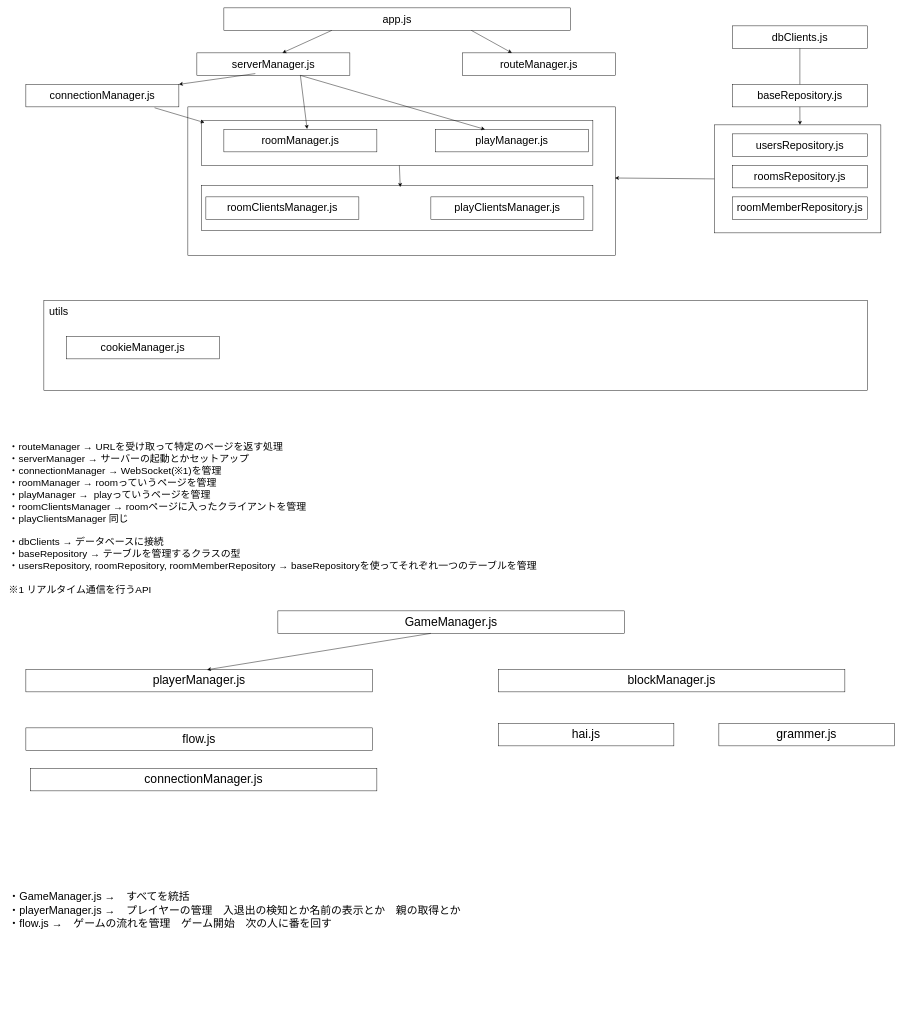
Before: プログラム.drawio in kyougi-kai/Mahjongrammer, a draw.io diagram. Source tidied: cells renumbered, new cells numbered last; positions are measured from the earlier drawing's top-left corner, leaving out a move shared by most shapes. Both pictures are drawn from the tidied source at 45%, with x=0, y=0 at pixel (8, 8).
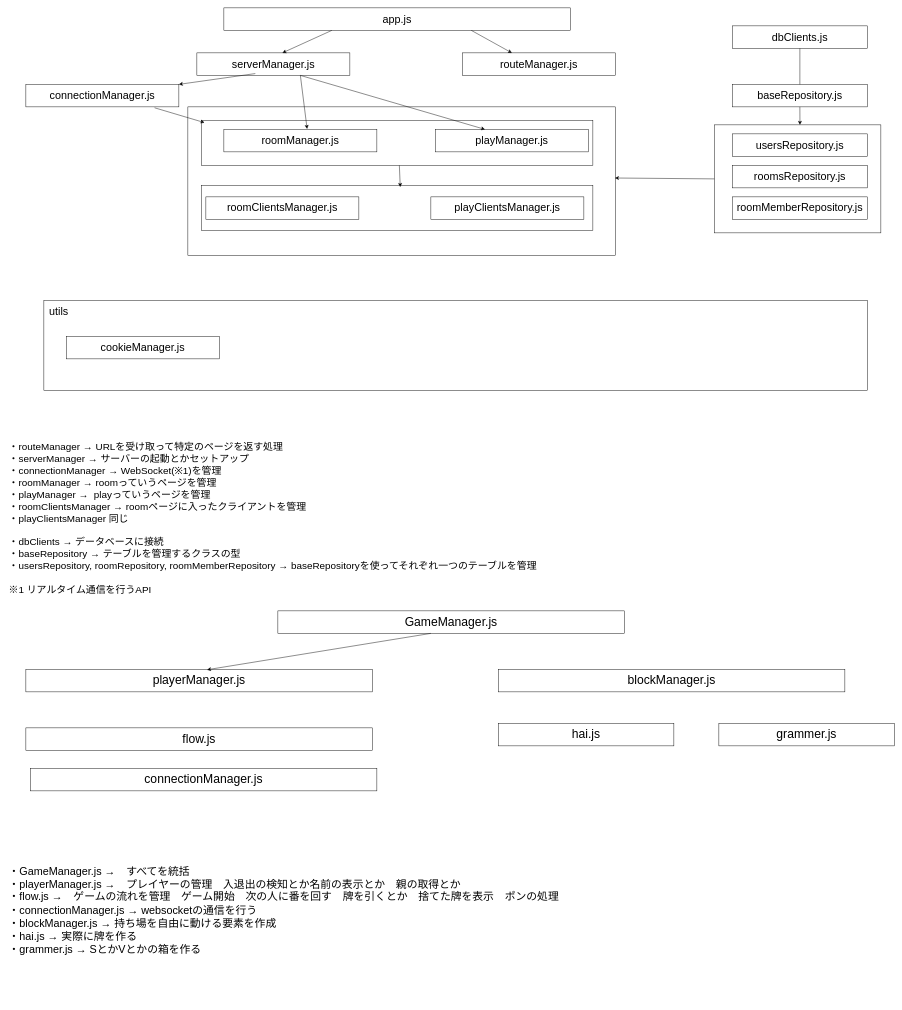
The same diagram, later.

Diff of the diagram source:
```diff
@@
-    <mxCell id="41" value="&lt;font style=&quot;font-size: 24px;&quot;&gt;・GameManager.js →　すべてを統括&lt;/font&gt;&lt;div&gt;&lt;font style=&quot;font-size: 24px;&quot;&gt;・playerManager.js →　プレイヤーの管理　入退出の検知とか名前の表示とか　親の取得とか&lt;/font&gt;&lt;/div&gt;&lt;div&gt;&lt;font style=&quot;font-size: 24px;&quot;&gt;・flow.js →　ゲームの流れを管理　ゲーム開始　次の人に番を回す&lt;/font&gt;&lt;/div&gt;" style="text;html=1;align=left;verticalAlign=middle;whiteSpace=wrap;rounded=0;" parent="1" vertex="1">
+    <mxCell id="41" value="&lt;font style=&quot;font-size: 24px;&quot;&gt;・GameManager.js →　すべてを統括&lt;/font&gt;&lt;div&gt;&lt;font style=&quot;font-size: 24px;&quot;&gt;・playerManager.js →　プレイヤーの管理　入退出の検知とか名前の表示とか　親の取得とか&lt;/font&gt;&lt;/div&gt;&lt;div&gt;&lt;font style=&quot;font-size: 24px;&quot;&gt;・flow.js →　ゲームの流れを管理　ゲーム開始　次の人に番を回す　牌を引くとか　捨てた牌を表示　ポンの処理&lt;/font&gt;&lt;/div&gt;&lt;div&gt;&lt;font style=&quot;font-size: 24px;&quot;&gt;・connectionManager.js → websocketの通信を行う&lt;/font&gt;&lt;/div&gt;&lt;div&gt;&lt;font style=&quot;font-size: 24px;&quot;&gt;・blockManager.js → 持ち場を自由に動ける要素を作成&lt;/font&gt;&lt;/div&gt;&lt;div&gt;&lt;font style=&quot;font-size: 24px;&quot;&gt;・hai.js → 実際に牌を作る&lt;/font&gt;&lt;/div&gt;&lt;div&gt;&lt;font style=&quot;font-size: 24px;&quot;&gt;・grammer.js → SとかVとかの箱を作る&lt;/font&gt;&lt;/div&gt;" style="text;html=1;align=left;verticalAlign=middle;whiteSpace=wrap;rounded=0;" parent="1" vertex="1">
       <mxGeometry y="1800" width="1540" height="410" as="geometry" />
     </mxCell>
```
